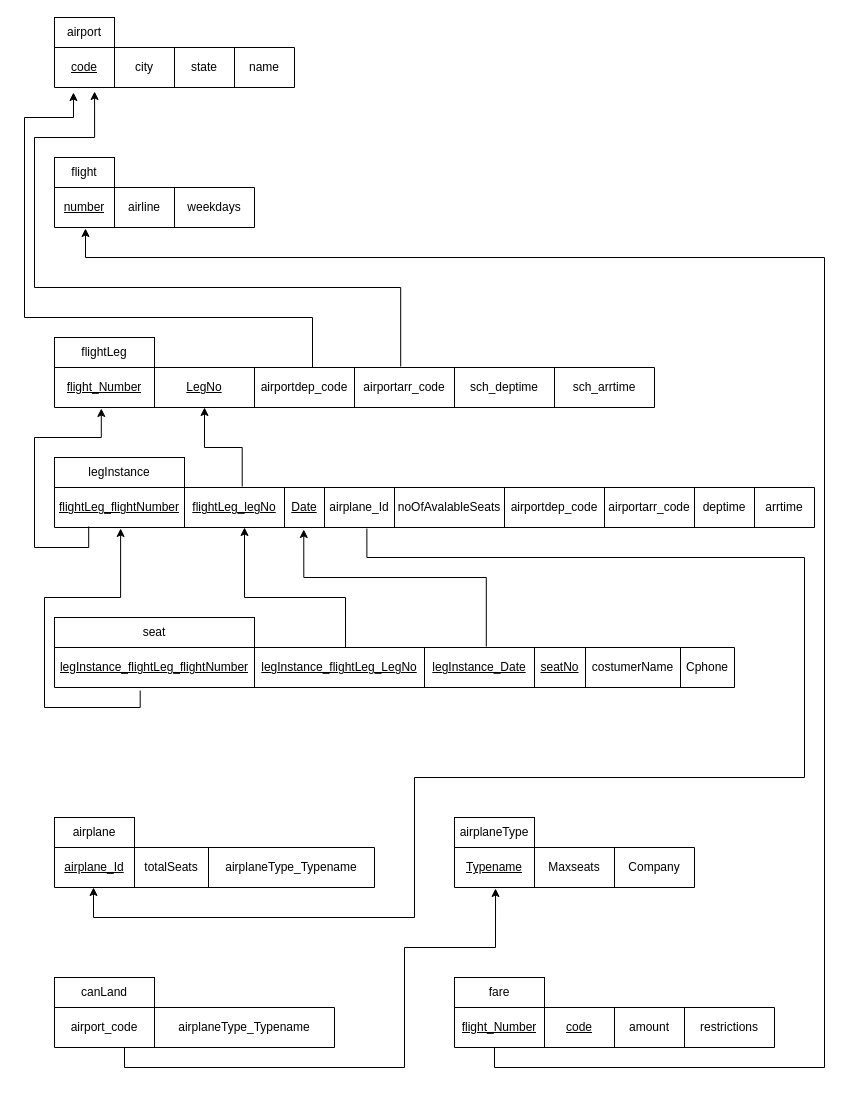
This is 03/ex_3_2c.drawio from sebastiaoteixeira/bd-lessons, a draw.io file, before an edit. Source tidied: cells renumbered, new cells numbered last; positions are measured from the earlier drawing's top-left corner, leaving out a move shared by most shapes. Both pictures are drawn from the tidied source at 100%, with x=0, y=0 at pixel (24, 17).
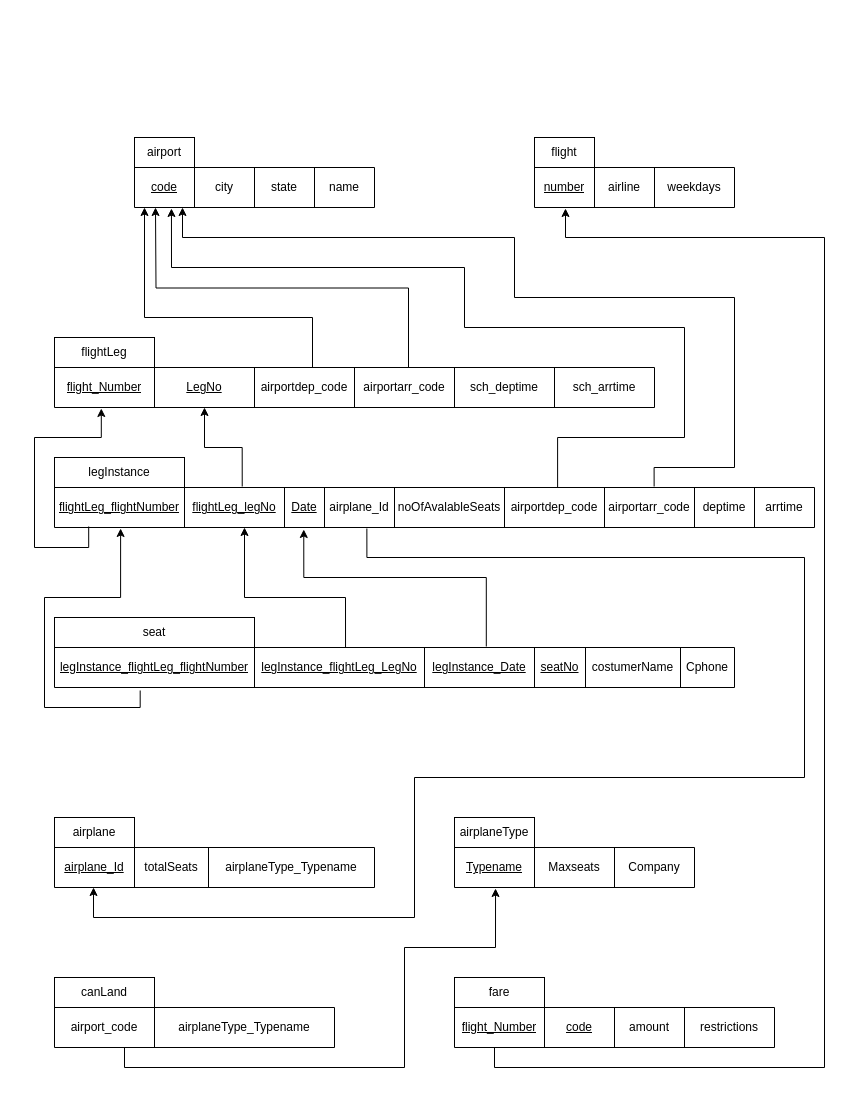
The same page after the edit.

Unchanged cells that the change refers to:
```xml
<mxCell id="3" style="shape=tableRow;horizontal=0;startSize=0;swimlaneHead=0;swimlaneBody=0;strokeColor=inherit;top=0;left=0;bottom=0;right=0;fillColor=none;points=[[0,0.5],[1,0.5]];portConstraint=eastwest;" parent="2" vertex="1">
  <mxGeometry width="240" height="40" as="geometry" />
</mxCell>
<mxCell id="10" style="shape=tableRow;horizontal=0;startSize=0;swimlaneHead=0;swimlaneBody=0;strokeColor=inherit;top=0;left=0;bottom=0;right=0;fillColor=none;points=[[0,0.5],[1,0.5]];portConstraint=eastwest;" parent="9" vertex="1">
  <mxGeometry width="200" height="40" as="geometry" />
</mxCell>
<mxCell id="16" style="shape=tableRow;horizontal=0;startSize=0;swimlaneHead=0;swimlaneBody=0;strokeColor=inherit;top=0;left=0;bottom=0;right=0;fillColor=none;points=[[0,0.5],[1,0.5]];portConstraint=eastwest;" parent="15" vertex="1">
  <mxGeometry width="600" height="40" as="geometry" />
</mxCell>
<mxCell id="25" style="shape=tableRow;horizontal=0;startSize=0;swimlaneHead=0;swimlaneBody=0;strokeColor=inherit;top=0;left=0;bottom=0;right=0;fillColor=none;points=[[0,0.5],[1,0.5]];portConstraint=eastwest;" parent="24" vertex="1">
  <mxGeometry width="760" height="40" as="geometry" />
</mxCell>
<mxCell id="63" style="shape=table;startSize=0;childLayout=tableLayout;" parent="1" vertex="1">
  <mxGeometry x="430" y="990" width="320" height="40" as="geometry" />
</mxCell>
```

What changed in the source:
```diff
@@
     <mxCell id="2" style="shape=table;startSize=0;childLayout=tableLayout;" parent="1" vertex="1">
-      <mxGeometry x="30" y="30" width="240" height="40" as="geometry" />
+      <mxGeometry x="110" y="150" width="240" height="40" as="geometry" />
     </mxCell>
@@
     <mxCell id="8" value="airport" style="rounded=0;whiteSpace=wrap;html=1;" parent="1" vertex="1">
-      <mxGeometry x="30" width="60" height="30" as="geometry" />
+      <mxGeometry x="110" y="120" width="60" height="30" as="geometry" />
     </mxCell>
     <mxCell id="9" style="shape=table;startSize=0;childLayout=tableLayout;" parent="1" vertex="1">
-      <mxGeometry x="30" y="170" width="200" height="40" as="geometry" />
+      <mxGeometry x="510" y="150" width="200" height="40" as="geometry" />
     </mxCell>
@@
     <mxCell id="14" value="flight" style="rounded=0;whiteSpace=wrap;html=1;" parent="1" vertex="1">
-      <mxGeometry x="30" y="140" width="60" height="30" as="geometry" />
+      <mxGeometry x="510" y="120" width="60" height="30" as="geometry" />
     </mxCell>
@@
     <mxCell id="72" style="edgeStyle=orthogonalEdgeStyle;rounded=0;jettySize=auto;html=1;exitX=0.125;exitY=1;exitDx=0;exitDy=0;entryX=0.155;entryY=1.025;entryDx=0;entryDy=0;entryPerimeter=0;exitPerimeter=0;" parent="1" edge="1" source="63" target="10">
       <mxGeometry relative="1" as="geometry">
         <Array as="points">
           <mxPoint x="470" y="1050" />
           <mxPoint x="800" y="1050" />
-          <mxPoint x="800" y="240" />
-          <mxPoint x="61" y="240" />
+          <mxPoint x="800" y="220" />
+          <mxPoint x="541" y="220" />
         </Array>
       </mxGeometry>
     </mxCell>
@@
-    <mxCell id="77" style="edgeStyle=orthogonalEdgeStyle;rounded=0;jettySize=auto;html=1;exitX=0.577;exitY=-0.025;exitDx=0;exitDy=0;entryX=0.167;entryY=1.1;entryDx=0;entryDy=0;entryPerimeter=0;exitPerimeter=0;" parent="1" edge="1" source="16" target="2">
-      <mxGeometry relative="1" as="geometry">
-        <Array as="points">
-          <mxPoint x="376" y="270" />
-          <mxPoint x="10" y="270" />
-          <mxPoint x="10" y="120" />
-          <mxPoint x="70" y="120" />
-        </Array>
-      </mxGeometry>
-    </mxCell>
-    <mxCell id="78" style="edgeStyle=orthogonalEdgeStyle;rounded=0;jettySize=auto;html=1;exitX=0.43;exitY=0;exitDx=0;exitDy=0;entryX=0.079;entryY=1.125;entryDx=0;entryDy=0;entryPerimeter=0;exitPerimeter=0;" parent="1" edge="1" source="16" target="2">
+    <mxCell id="78" style="edgeStyle=orthogonalEdgeStyle;rounded=0;jettySize=auto;html=1;exitX=0.43;exitY=0;exitDx=0;exitDy=0;exitPerimeter=0;" parent="1" edge="1" source="16">
       <mxGeometry relative="1" as="geometry">
+        <mxPoint x="120" y="190" as="targetPoint" />
         <Array as="points">
           <mxPoint x="288" y="300" />
-          <mxPoint y="300" />
-          <mxPoint y="100" />
-          <mxPoint x="49" y="100" />
+          <mxPoint x="120" y="300" />
+          <mxPoint x="120" y="195" />
         </Array>
       </mxGeometry>
     </mxCell>
+    <mxCell id="79" style="edgeStyle=orthogonalEdgeStyle;rounded=0;jettySize=auto;html=1;exitX=0.59;exitY=0;exitDx=0;exitDy=0;exitPerimeter=0;" parent="1" edge="1" source="16">
+      <mxGeometry relative="1" as="geometry">
+        <mxPoint x="131" y="190" as="targetPoint" />
+      </mxGeometry>
+    </mxCell>
+    <mxCell id="80" style="edgeStyle=orthogonalEdgeStyle;rounded=0;jettySize=auto;html=1;exitX=0.662;exitY=0;exitDx=0;exitDy=0;entryX=0.154;entryY=1.025;entryDx=0;entryDy=0;entryPerimeter=0;exitPerimeter=0;" parent="1" edge="1" source="25" target="3">
+      <mxGeometry relative="1" as="geometry">
+        <Array as="points">
+          <mxPoint x="533" y="420" />
+          <mxPoint x="660" y="420" />
+          <mxPoint x="660" y="310" />
+          <mxPoint x="440" y="310" />
+          <mxPoint x="440" y="250" />
+          <mxPoint x="147" y="250" />
+        </Array>
+      </mxGeometry>
+    </mxCell>
+    <mxCell id="81" style="edgeStyle=orthogonalEdgeStyle;rounded=0;jettySize=auto;html=1;exitX=0.789;exitY=-0.025;exitDx=0;exitDy=0;entryX=0.2;entryY=1;entryDx=0;entryDy=0;entryPerimeter=0;exitPerimeter=0;" parent="1" edge="1" source="25" target="3">
+      <mxGeometry relative="1" as="geometry">
+        <Array as="points">
+          <mxPoint x="630" y="450" />
+          <mxPoint x="710" y="450" />
+          <mxPoint x="710" y="280" />
+          <mxPoint x="490" y="280" />
+          <mxPoint x="490" y="220" />
+          <mxPoint x="158" y="220" />
+        </Array>
+      </mxGeometry>
+    </mxCell>
```
